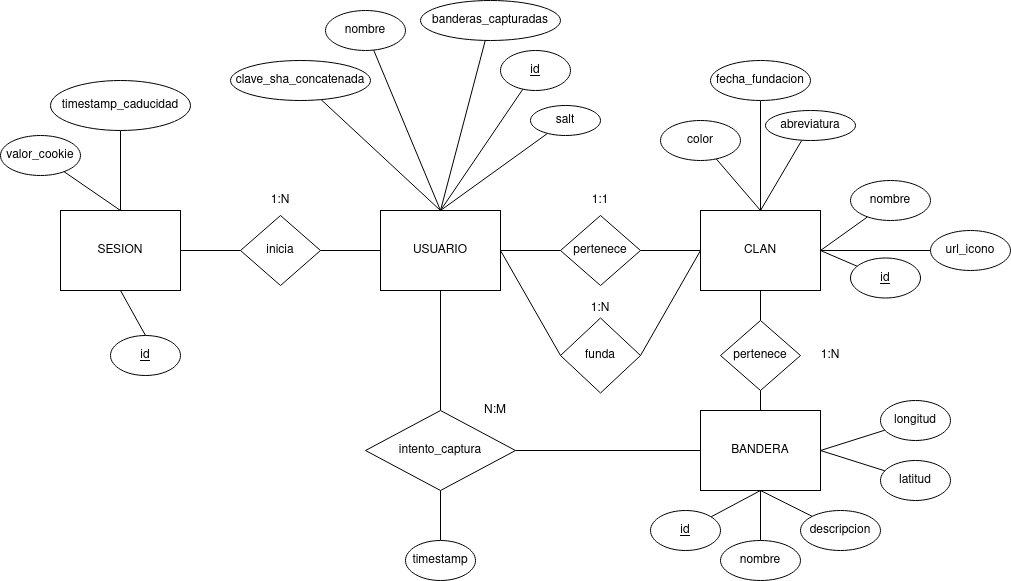
Earlier version of the draw.io export doc/ER/ER.png (SrDyamond/StreetFight). Source tidied: cells renumbered, new cells last; positions are measured from the earlier drawing's top-left corner, leaving out a move shared by most shapes.
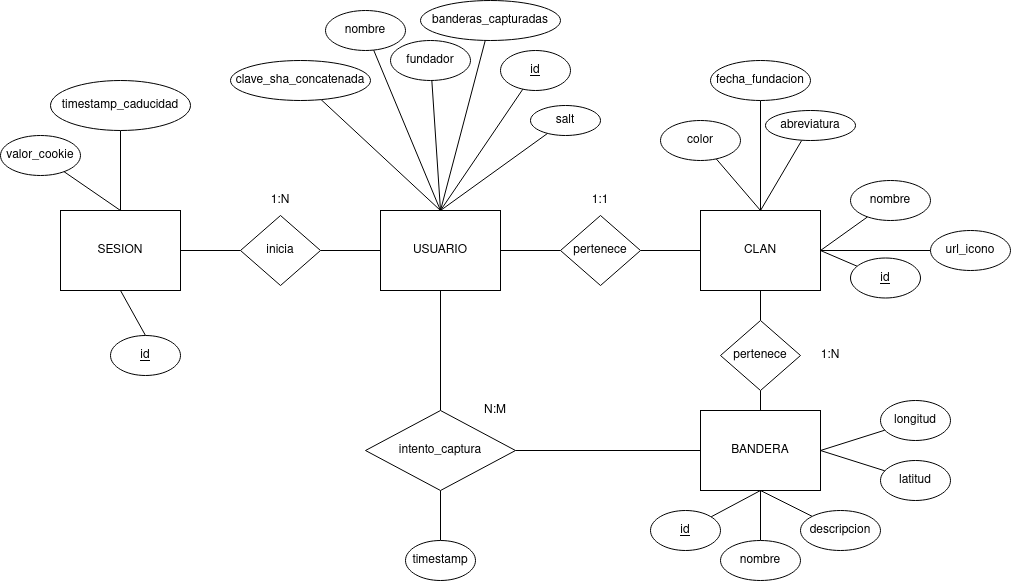
Above is the later version.

The edit, as a diff of the source:
```diff
@@ -20,6 +20,9 @@
     <mxCell id="7" style="edgeStyle=none;rounded=0;jettySize=auto;html=1;exitX=0.5;exitY=0;exitDx=0;exitDy=0;endArrow=none;endFill=0;" parent="1" edge="1" source="8" target="26">
       <mxGeometry relative="1" as="geometry" />
     </mxCell>
+    <mxCell id="66" style="rounded=0;jettySize=auto;html=1;exitX=0.5;exitY=0;exitDx=0;exitDy=0;endArrow=none;endFill=0;" parent="1" edge="1" source="8" target="67">
+      <mxGeometry relative="1" as="geometry" />
+    </mxCell>
     <mxCell id="8" value="USUARIO" style="rounded=0;whiteSpace=wrap;html=1;" parent="1" vertex="1">
       <mxGeometry x="380" y="210" width="120" height="80" as="geometry" />
     </mxCell>
@@ -167,15 +170,6 @@
     <mxCell id="56" value="intento_captura" style="rhombus;whiteSpace=wrap;html=1;" parent="1" vertex="1">
       <mxGeometry x="365" y="410" width="150" height="80" as="geometry" />
     </mxCell>
-    <mxCell id="57" style="rounded=0;jettySize=auto;html=1;exitX=0;exitY=0.5;exitDx=0;exitDy=0;entryX=1;entryY=0.5;entryDx=0;entryDy=0;endArrow=none;endFill=0;" parent="1" edge="1" source="59" target="8">
-      <mxGeometry relative="1" as="geometry" />
-    </mxCell>
-    <mxCell id="58" style="edgeStyle=none;rounded=0;jettySize=auto;html=1;exitX=1;exitY=0.5;exitDx=0;exitDy=0;entryX=0;entryY=0.5;entryDx=0;entryDy=0;endArrow=none;endFill=0;" parent="1" edge="1" source="59" target="16">
-      <mxGeometry relative="1" as="geometry" />
-    </mxCell>
-    <mxCell id="59" value="funda" style="rhombus;whiteSpace=wrap;html=1;" parent="1" vertex="1">
-      <mxGeometry x="560" y="317.5" width="80" height="75" as="geometry" />
-    </mxCell>
     <mxCell id="60" value="fecha_fundacion" style="ellipse;whiteSpace=wrap;html=1;" parent="1" vertex="1">
       <mxGeometry x="710" y="60" width="100" height="40" as="geometry" />
     </mxCell>
@@ -188,11 +182,11 @@
     <mxCell id="63" value="1:1" style="text;html=1;strokeColor=none;fillColor=none;align=center;verticalAlign=middle;whiteSpace=wrap;rounded=0;" parent="1" vertex="1">
       <mxGeometry x="580" y="190" width="40" height="20" as="geometry" />
     </mxCell>
-    <mxCell id="64" value="1:N" style="text;html=1;strokeColor=none;fillColor=none;align=center;verticalAlign=middle;whiteSpace=wrap;rounded=0;" parent="1" vertex="1">
-      <mxGeometry x="580" y="297.5" width="40" height="20" as="geometry" />
-    </mxCell>
     <mxCell id="65" value="1:N" style="text;html=1;strokeColor=none;fillColor=none;align=center;verticalAlign=middle;whiteSpace=wrap;rounded=0;" parent="1" vertex="1">
       <mxGeometry x="810" y="345" width="40" height="20" as="geometry" />
     </mxCell>
+    <mxCell id="67" value="fundador" style="ellipse;whiteSpace=wrap;html=1;" parent="1" vertex="1">
+      <mxGeometry x="390" y="40" width="80" height="40" as="geometry" />
+    </mxCell>
   </root>
 </mxGraphModel>
```
